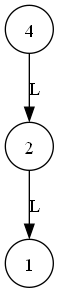
Earlier version of the Graphviz export Fase2_EDD/graphABB_AVL.png (FranklinONP/EDD_PROYECTO_202200089). Its source is kept beside it as Fase2_EDD/graphABB_AVL.dot.
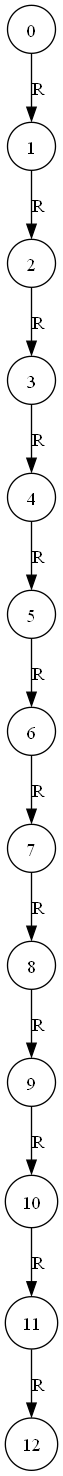
The same diagram one commit later.

Diff of the diagram source:
```diff
@@ -1,8 +1,28 @@
 digraph G{
 node [shape=circle];
-"2307228113488"[label="4"];
-"2307227944800"[label="2"];
-"2307227944912"[label="1"];
-"2307228113488" -> "2307227944800" [label = "L"];
-"2307227944800" -> "2307227944912" [label = "L"];
+"2127335557008"[label="0"];
+"2127335557088"[label="1"];
+"2127335557168"[label="2"];
+"2127335580848"[label="3"];
+"2127335581648"[label="4"];
+"2127335581008"[label="5"];
+"2127335580128"[label="6"];
+"2127335580048"[label="7"];
+"2127335580768"[label="8"];
+"2127335581248"[label="9"];
+"2127335581088"[label="10"];
+"2127335580208"[label="11"];
+"2127335581488"[label="12"];
+"2127335557008" -> "2127335557088" [label = "R"];
+"2127335557088" -> "2127335557168" [label = "R"];
+"2127335557168" -> "2127335580848" [label = "R"];
+"2127335580848" -> "2127335581648" [label = "R"];
+"2127335581648" -> "2127335581008" [label = "R"];
+"2127335581008" -> "2127335580128" [label = "R"];
+"2127335580128" -> "2127335580048" [label = "R"];
+"2127335580048" -> "2127335580768" [label = "R"];
+"2127335580768" -> "2127335581248" [label = "R"];
+"2127335581248" -> "2127335581088" [label = "R"];
+"2127335581088" -> "2127335580208" [label = "R"];
+"2127335580208" -> "2127335581488" [label = "R"];
 }
```
